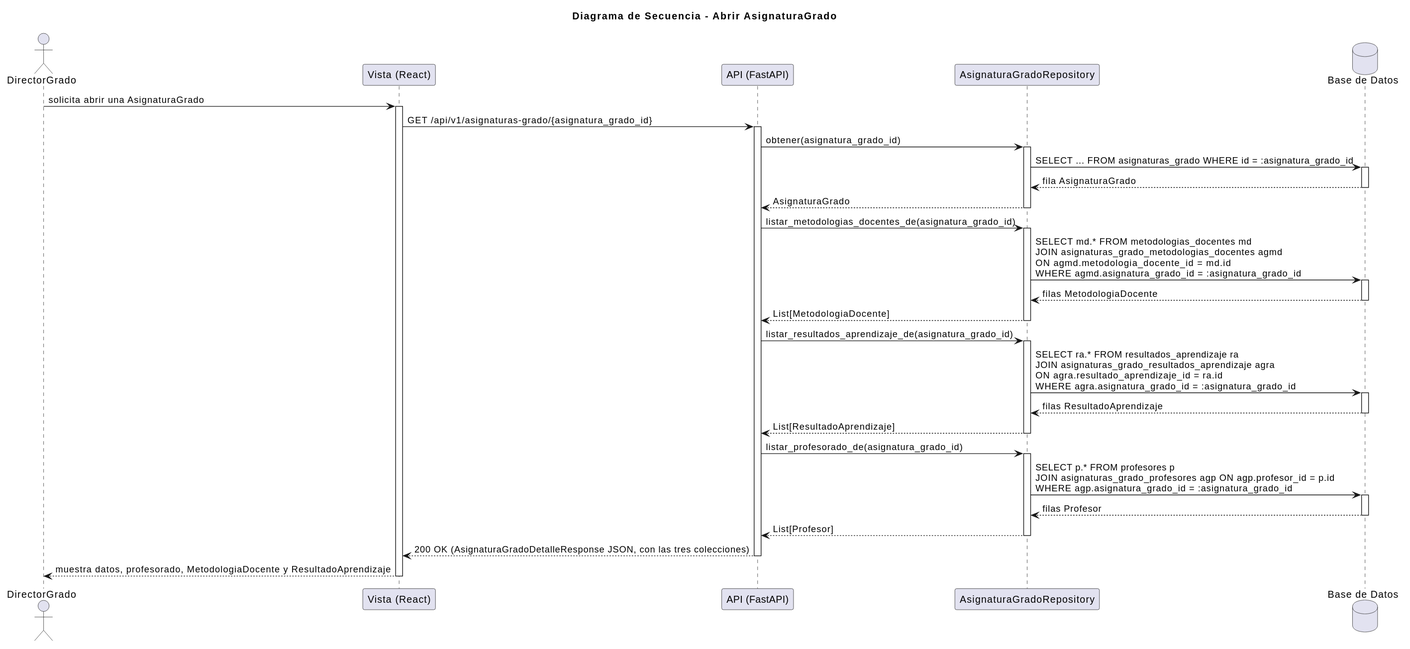
This is images/RUP/03-diseño/casos-uso/abrirAsignaturaPrograma/secuencia.svg from mmasias/pyCeldaPublico, a PlantUML export, as it was before one commit.
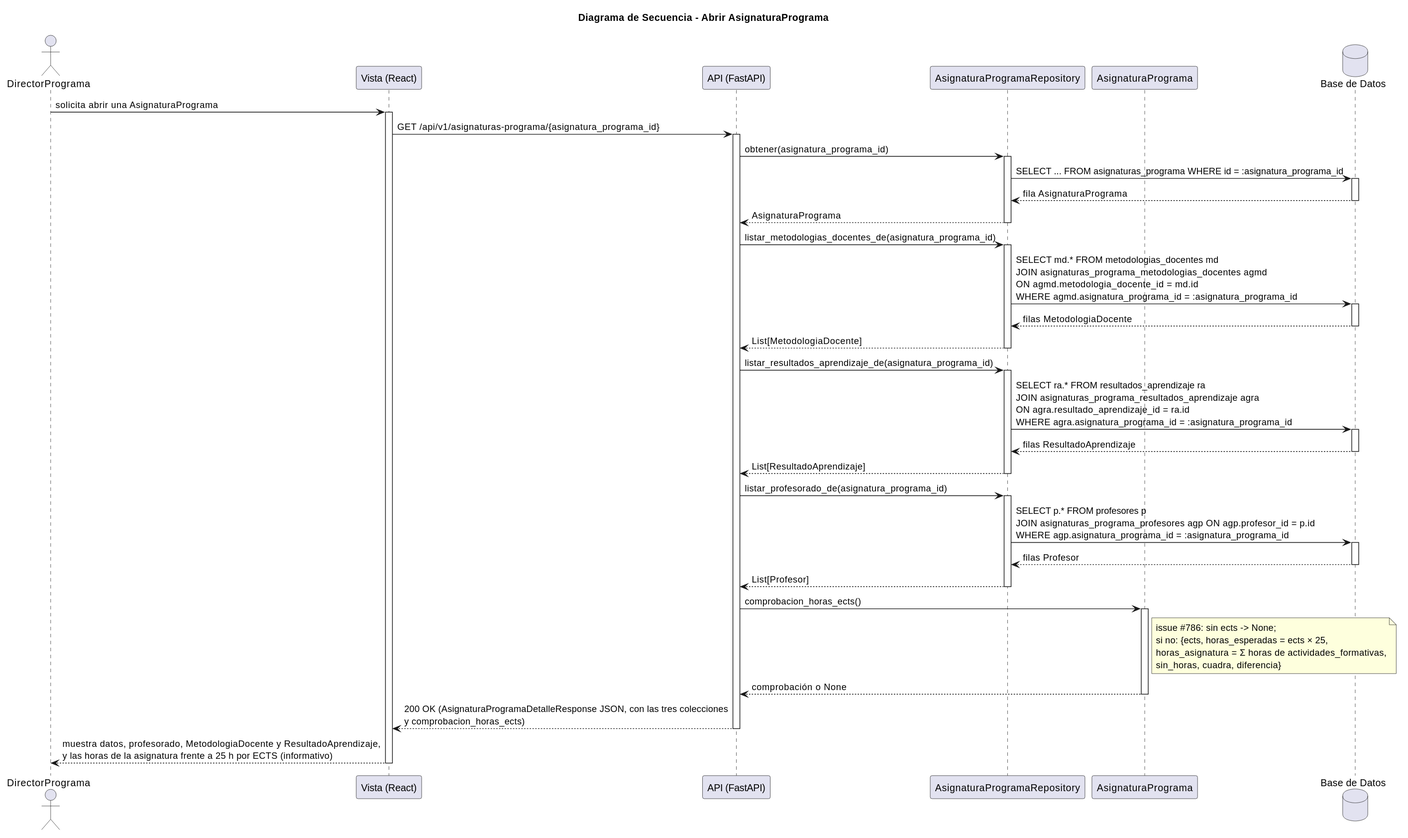
The same diagram one commit later.

What changed in the source:
```diff
@@ -1,55 +1,62 @@
 @startuml
-title Diagrama de Secuencia - Abrir AsignaturaGrado
+title Diagrama de Secuencia - Abrir AsignaturaPrograma
 
-actor "DirectorGrado" as DirectorGrado
+actor "DirectorPrograma" as DirectorPrograma
 participant "Vista (React)" as Vista
 participant "API (FastAPI)" as API
-participant "AsignaturaGradoRepository" as AsignaturaGradoRepo
+participant "AsignaturaProgramaRepository" as AsignaturaProgramaRepo
+participant "AsignaturaPrograma" as AsignaturaPrograma
 database "Base de Datos" as DB
 
-DirectorGrado -> Vista: solicita abrir una AsignaturaGrado
+DirectorPrograma -> Vista: solicita abrir una AsignaturaPrograma
 activate Vista
-Vista -> API: GET /api/v1/asignaturas-grado/{asignatura_grado_id}
+Vista -> API: GET /api/v1/asignaturas-programa/{asignatura_programa_id}
 activate API
 
-API -> AsignaturaGradoRepo: obtener(asignatura_grado_id)
-activate AsignaturaGradoRepo
-AsignaturaGradoRepo -> DB: SELECT ... FROM asignaturas_grado WHERE id = :asignatura_grado_id
+API -> AsignaturaProgramaRepo: obtener(asignatura_programa_id)
+activate AsignaturaProgramaRepo
+AsignaturaProgramaRepo -> DB: SELECT ... FROM asignaturas_programa WHERE id = :asignatura_programa_id
 activate DB
-DB --> AsignaturaGradoRepo: fila AsignaturaGrado
+DB --> AsignaturaProgramaRepo: fila AsignaturaPrograma
 deactivate DB
-AsignaturaGradoRepo --> API: AsignaturaGrado
-deactivate AsignaturaGradoRepo
+AsignaturaProgramaRepo --> API: AsignaturaPrograma
+deactivate AsignaturaProgramaRepo
 
-API -> AsignaturaGradoRepo: listar_metodologias_docentes_de(asignatura_grado_id)
-activate AsignaturaGradoRepo
-AsignaturaGradoRepo -> DB: SELECT md.* FROM metodologias_docentes md\nJOIN asignaturas_grado_metodologias_docentes agmd\nON agmd.metodologia_docente_id = md.id\nWHERE agmd.asignatura_grado_id = :asignatura_grado_id
+API -> AsignaturaProgramaRepo: listar_metodologias_docentes_de(asignatura_programa_id)
+activate AsignaturaProgramaRepo
+AsignaturaProgramaRepo -> DB: SELECT md.* FROM metodologias_docentes md\nJOIN asignaturas_programa_metodologias_docentes agmd\nON agmd.metodologia_docente_id = md.id\nWHERE agmd.asignatura_programa_id = :asignatura_programa_id
 activate DB
-DB --> AsignaturaGradoRepo: filas MetodologiaDocente
+DB --> AsignaturaProgramaRepo: filas MetodologiaDocente
 deactivate DB
-AsignaturaGradoRepo --> API: List[MetodologiaDocente]
-deactivate AsignaturaGradoRepo
+AsignaturaProgramaRepo --> API: List[MetodologiaDocente]
+deactivate AsignaturaProgramaRepo
 
-API -> AsignaturaGradoRepo: listar_resultados_aprendizaje_de(asignatura_grado_id)
-activate AsignaturaGradoRepo
-AsignaturaGradoRepo -> DB: SELECT ra.* FROM resultados_aprendizaje ra\nJOIN asignaturas_grado_resultados_aprendizaje agra\nON agra.resultado_aprendizaje_id = ra.id\nWHERE agra.asignatura_grado_id = :asignatura_grado_id
+API -> AsignaturaProgramaRepo: listar_resultados_aprendizaje_de(asignatura_programa_id)
+activate AsignaturaProgramaRepo
+AsignaturaProgramaRepo -> DB: SELECT ra.* FROM resultados_aprendizaje ra\nJOIN asignaturas_programa_resultados_aprendizaje agra\nON agra.resultado_aprendizaje_id = ra.id\nWHERE agra.asignatura_programa_id = :asignatura_programa_id
 activate DB
-DB --> AsignaturaGradoRepo: filas ResultadoAprendizaje
+DB --> AsignaturaProgramaRepo: filas ResultadoAprendizaje
 deactivate DB
-AsignaturaGradoRepo --> API: List[ResultadoAprendizaje]
-deactivate AsignaturaGradoRepo
+AsignaturaProgramaRepo --> API: List[ResultadoAprendizaje]
+deactivate AsignaturaProgramaRepo
 
-API -> AsignaturaGradoRepo: listar_profesorado_de(asignatura_grado_id)
-activate AsignaturaGradoRepo
-AsignaturaGradoRepo -> DB: SELECT p.* FROM profesores p\nJOIN asignaturas_grado_profesores agp ON agp.profesor_id = p.id\nWHERE agp.asignatura_grado_id = :asignatura_grado_id
+API -> AsignaturaProgramaRepo: listar_profesorado_de(asignatura_programa_id)
+activate AsignaturaProgramaRepo
+AsignaturaProgramaRepo -> DB: SELECT p.* FROM profesores p\nJOIN asignaturas_programa_profesores agp ON agp.profesor_id = p.id\nWHERE agp.asignatura_programa_id = :asignatura_programa_id
 activate DB
-DB --> AsignaturaGradoRepo: filas Profesor
+DB --> AsignaturaProgramaRepo: filas Profesor
 deactivate DB
-AsignaturaGradoRepo --> API: List[Profesor]
-deactivate AsignaturaGradoRepo
+AsignaturaProgramaRepo --> API: List[Profesor]
+deactivate AsignaturaProgramaRepo
 
-API --> Vista: 200 OK (AsignaturaGradoDetalleResponse JSON, con las tres colecciones)
+API -> AsignaturaPrograma: comprobacion_horas_ects()
+activate AsignaturaPrograma
+note right of AsignaturaPrograma: issue #786: sin ects -> None;\nsi no: {ects, horas_esperadas = ects × 25,\nhoras_asignatura = Σ horas de actividades_formativas,\nsin_horas, cuadra, diferencia}
+AsignaturaPrograma --> API: comprobación o None
+deactivate AsignaturaPrograma
+
+API --> Vista: 200 OK (AsignaturaProgramaDetalleResponse JSON, con las tres colecciones\ny comprobacion_horas_ects)
 deactivate API
-Vista --> DirectorGrado: muestra datos, profesorado, MetodologiaDocente y ResultadoAprendizaje
+Vista --> DirectorPrograma: muestra datos, profesorado, MetodologiaDocente y ResultadoAprendizaje,\ny las horas de la asignatura frente a 25 h por ECTS (informativo)
 deactivate Vista
 @enduml
```
